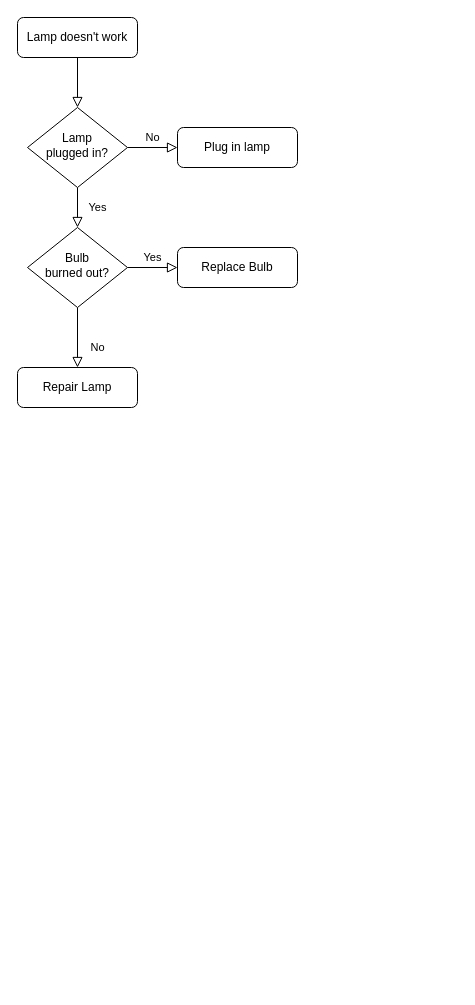
This is Untitled Diagram.drawio from aljg1999/flowchart, a draw.io file, before an edit. Source tidied: cells renumbered, new cells numbered last; positions are measured from the earlier drawing's top-left corner, leaving out a move shared by most shapes. Both pictures are drawn from the tidied source at 100%, with x=0, y=0 at pixel (17, 17).
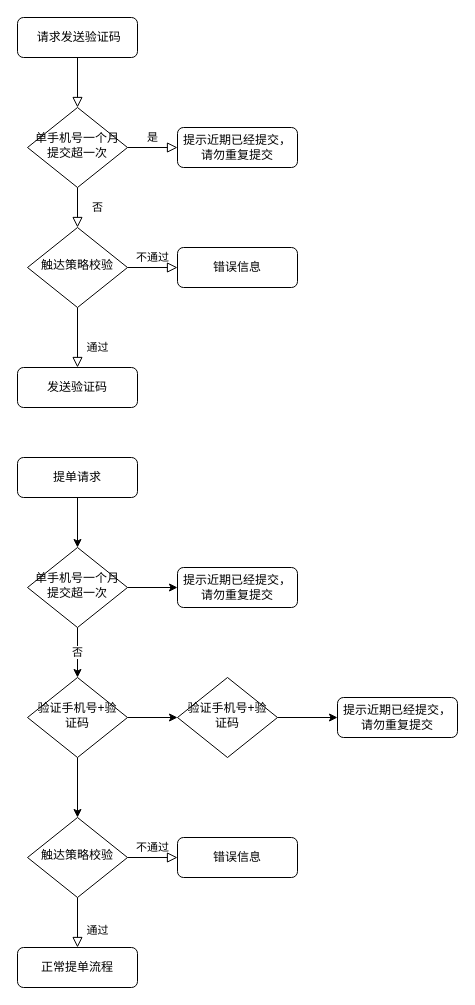
Above is the later version.

The edit, as a diff of the source:
```diff
@@
-    <mxCell id="3" value="Lamp doesn't work" style="rounded=1;whiteSpace=wrap;html=1;fontSize=12;glass=0;strokeWidth=1;shadow=0;" parent="1" vertex="1">
+    <mxCell id="3" value="&amp;nbsp;请求发送验证码" style="rounded=1;whiteSpace=wrap;html=1;fontSize=12;glass=0;strokeWidth=1;shadow=0;" parent="1" vertex="1">
       <mxGeometry width="120" height="40" as="geometry" />
     </mxCell>
-    <mxCell id="4" value="Yes" style="rounded=0;html=1;jettySize=auto;fontSize=11;endArrow=block;endFill=0;endSize=8;strokeWidth=1;shadow=0;labelBackgroundColor=none;edgeStyle=orthogonalEdgeStyle;" parent="1" edge="1" source="6" target="10">
+    <mxCell id="4" value="否" style="rounded=0;html=1;jettySize=auto;fontSize=11;endArrow=block;endFill=0;endSize=8;strokeWidth=1;shadow=0;labelBackgroundColor=none;edgeStyle=orthogonalEdgeStyle;" parent="1" edge="1" source="6" target="10">
       <mxGeometry y="20" relative="1" as="geometry" />
     </mxCell>
-    <mxCell id="5" value="No" style="edgeStyle=orthogonalEdgeStyle;rounded=0;html=1;jettySize=auto;fontSize=11;endArrow=block;endFill=0;endSize=8;strokeWidth=1;shadow=0;labelBackgroundColor=none;" parent="1" edge="1" source="6" target="7">
+    <mxCell id="5" value="是" style="edgeStyle=orthogonalEdgeStyle;rounded=0;html=1;jettySize=auto;fontSize=11;endArrow=block;endFill=0;endSize=8;strokeWidth=1;shadow=0;labelBackgroundColor=none;" parent="1" edge="1" source="6" target="7">
       <mxGeometry y="10" relative="1" as="geometry" />
     </mxCell>
-    <mxCell id="6" value="Lamp&lt;br&gt;plugged in?" style="rhombus;whiteSpace=wrap;html=1;shadow=0;fontFamily=Helvetica;fontSize=12;align=center;strokeWidth=1;spacing=6;spacingTop=-4;" parent="1" vertex="1">
+    <mxCell id="6" value="单手机号一个月提交超一次" style="rhombus;whiteSpace=wrap;html=1;shadow=0;fontFamily=Helvetica;fontSize=12;align=center;strokeWidth=1;spacing=6;spacingTop=-4;" parent="1" vertex="1">
       <mxGeometry x="10" y="90" width="100" height="80" as="geometry" />
     </mxCell>
-    <mxCell id="7" value="Plug in lamp" style="rounded=1;whiteSpace=wrap;html=1;fontSize=12;glass=0;strokeWidth=1;shadow=0;" parent="1" vertex="1">
+    <mxCell id="7" value="提示近期已经提交，请勿重复提交" style="rounded=1;whiteSpace=wrap;html=1;fontSize=12;glass=0;strokeWidth=1;shadow=0;" parent="1" vertex="1">
       <mxGeometry x="160" y="110" width="120" height="40" as="geometry" />
     </mxCell>
-    <mxCell id="8" value="No" style="rounded=0;html=1;jettySize=auto;fontSize=11;endArrow=block;endFill=0;endSize=8;strokeWidth=1;shadow=0;labelBackgroundColor=none;edgeStyle=orthogonalEdgeStyle;" parent="1" edge="1" source="10" target="11">
+    <mxCell id="8" value="通过" style="rounded=0;html=1;jettySize=auto;fontSize=11;endArrow=block;endFill=0;endSize=8;strokeWidth=1;shadow=0;labelBackgroundColor=none;edgeStyle=orthogonalEdgeStyle;" parent="1" edge="1" source="10" target="11">
       <mxGeometry x="0.33" y="20" relative="1" as="geometry" />
     </mxCell>
-    <mxCell id="9" value="Yes" style="edgeStyle=orthogonalEdgeStyle;rounded=0;html=1;jettySize=auto;fontSize=11;endArrow=block;endFill=0;endSize=8;strokeWidth=1;shadow=0;labelBackgroundColor=none;" parent="1" edge="1" source="10" target="12">
+    <mxCell id="9" value="不通过" style="edgeStyle=orthogonalEdgeStyle;rounded=0;html=1;jettySize=auto;fontSize=11;endArrow=block;endFill=0;endSize=8;strokeWidth=1;shadow=0;labelBackgroundColor=none;" parent="1" edge="1" source="10" target="12">
       <mxGeometry y="10" relative="1" as="geometry" />
     </mxCell>
-    <mxCell id="10" value="Bulb&lt;br&gt;burned out?" style="rhombus;whiteSpace=wrap;html=1;shadow=0;fontFamily=Helvetica;fontSize=12;align=center;strokeWidth=1;spacing=6;spacingTop=-4;" parent="1" vertex="1">
+    <mxCell id="10" value="触达策略校验" style="rhombus;whiteSpace=wrap;html=1;shadow=0;fontFamily=Helvetica;fontSize=12;align=center;strokeWidth=1;spacing=6;spacingTop=-4;" parent="1" vertex="1">
       <mxGeometry x="10" y="210" width="100" height="80" as="geometry" />
     </mxCell>
-    <mxCell id="11" value="Repair Lamp" style="rounded=1;whiteSpace=wrap;html=1;fontSize=12;glass=0;strokeWidth=1;shadow=0;" parent="1" vertex="1">
+    <mxCell id="11" value="发送验证码" style="rounded=1;whiteSpace=wrap;html=1;fontSize=12;glass=0;strokeWidth=1;shadow=0;" parent="1" vertex="1">
       <mxGeometry y="350" width="120" height="40" as="geometry" />
     </mxCell>
-    <mxCell id="12" value="Replace Bulb" style="rounded=1;whiteSpace=wrap;html=1;fontSize=12;glass=0;strokeWidth=1;shadow=0;" parent="1" vertex="1">
+    <mxCell id="12" value="错误信息" style="rounded=1;whiteSpace=wrap;html=1;fontSize=12;glass=0;strokeWidth=1;shadow=0;" parent="1" vertex="1">
       <mxGeometry x="160" y="230" width="120" height="40" as="geometry" />
     </mxCell>
+    <mxCell id="13" style="edgeStyle=orthogonalEdgeStyle;rounded=0;jettySize=auto;html=1;" parent="1" edge="1" source="14" target="17">
+      <mxGeometry relative="1" as="geometry" />
+    </mxCell>
+    <mxCell id="14" value="提单请求" style="rounded=1;whiteSpace=wrap;html=1;fontSize=12;glass=0;strokeWidth=1;shadow=0;" parent="1" vertex="1">
+      <mxGeometry y="440" width="120" height="40" as="geometry" />
+    </mxCell>
+    <mxCell id="15" value="否" style="edgeStyle=orthogonalEdgeStyle;rounded=0;jettySize=auto;html=1;" parent="1" edge="1" source="17" target="26">
+      <mxGeometry relative="1" as="geometry" />
+    </mxCell>
+    <mxCell id="16" style="edgeStyle=orthogonalEdgeStyle;rounded=0;jettySize=auto;html=1;" parent="1" edge="1" source="17" target="18">
+      <mxGeometry relative="1" as="geometry" />
+    </mxCell>
+    <mxCell id="17" value="单手机号一个月提交超一次" style="rhombus;whiteSpace=wrap;html=1;shadow=0;fontFamily=Helvetica;fontSize=12;align=center;strokeWidth=1;spacing=6;spacingTop=-4;" parent="1" vertex="1">
+      <mxGeometry x="10" y="530" width="100" height="80" as="geometry" />
+    </mxCell>
+    <mxCell id="18" value="提示近期已经提交，请勿重复提交" style="rounded=1;whiteSpace=wrap;html=1;fontSize=12;glass=0;strokeWidth=1;shadow=0;" parent="1" vertex="1">
+      <mxGeometry x="160" y="550" width="120" height="40" as="geometry" />
+    </mxCell>
+    <mxCell id="19" value="通过" style="rounded=0;html=1;jettySize=auto;fontSize=11;endArrow=block;endFill=0;endSize=8;strokeWidth=1;shadow=0;labelBackgroundColor=none;edgeStyle=orthogonalEdgeStyle;" parent="1" edge="1" source="21" target="22">
+      <mxGeometry x="0.33" y="20" relative="1" as="geometry" />
+    </mxCell>
+    <mxCell id="20" value="不通过" style="edgeStyle=orthogonalEdgeStyle;rounded=0;html=1;jettySize=auto;fontSize=11;endArrow=block;endFill=0;endSize=8;strokeWidth=1;shadow=0;labelBackgroundColor=none;" parent="1" edge="1" source="21" target="23">
+      <mxGeometry y="10" relative="1" as="geometry" />
+    </mxCell>
+    <mxCell id="21" value="触达策略校验" style="rhombus;whiteSpace=wrap;html=1;shadow=0;fontFamily=Helvetica;fontSize=12;align=center;strokeWidth=1;spacing=6;spacingTop=-4;" parent="1" vertex="1">
+      <mxGeometry x="10" y="800" width="100" height="80" as="geometry" />
+    </mxCell>
+    <mxCell id="22" value="正常提单流程" style="rounded=1;whiteSpace=wrap;html=1;fontSize=12;glass=0;strokeWidth=1;shadow=0;" parent="1" vertex="1">
+      <mxGeometry y="930" width="120" height="40" as="geometry" />
+    </mxCell>
+    <mxCell id="23" value="错误信息" style="rounded=1;whiteSpace=wrap;html=1;fontSize=12;glass=0;strokeWidth=1;shadow=0;" parent="1" vertex="1">
+      <mxGeometry x="160" y="820" width="120" height="40" as="geometry" />
+    </mxCell>
+    <mxCell id="24" style="edgeStyle=orthogonalEdgeStyle;rounded=0;jettySize=auto;html=1;" parent="1" edge="1" source="26" target="21">
+      <mxGeometry relative="1" as="geometry" />
+    </mxCell>
+    <mxCell id="25" style="edgeStyle=orthogonalEdgeStyle;rounded=0;jettySize=auto;html=1;" parent="1" edge="1" source="26" target="29">
+      <mxGeometry relative="1" as="geometry" />
+    </mxCell>
+    <mxCell id="26" value="验证手机号+验证码" style="rhombus;whiteSpace=wrap;html=1;shadow=0;fontFamily=Helvetica;fontSize=12;align=center;strokeWidth=1;spacing=6;spacingTop=-4;" parent="1" vertex="1">
+      <mxGeometry x="10" y="660" width="100" height="80" as="geometry" />
+    </mxCell>
+    <mxCell id="27" value="提示近期已经提交，请勿重复提交" style="rounded=1;whiteSpace=wrap;html=1;fontSize=12;glass=0;strokeWidth=1;shadow=0;" parent="1" vertex="1">
+      <mxGeometry x="320" y="680" width="120" height="40" as="geometry" />
+    </mxCell>
+    <mxCell id="28" style="edgeStyle=orthogonalEdgeStyle;rounded=0;jettySize=auto;html=1;" parent="1" edge="1" source="29" target="27">
+      <mxGeometry relative="1" as="geometry" />
+    </mxCell>
+    <mxCell id="29" value="验证手机号+验证码" style="rhombus;whiteSpace=wrap;html=1;shadow=0;fontFamily=Helvetica;fontSize=12;align=center;strokeWidth=1;spacing=6;spacingTop=-4;" parent="1" vertex="1">
+      <mxGeometry x="160" y="660" width="100" height="80" as="geometry" />
+    </mxCell>
```
